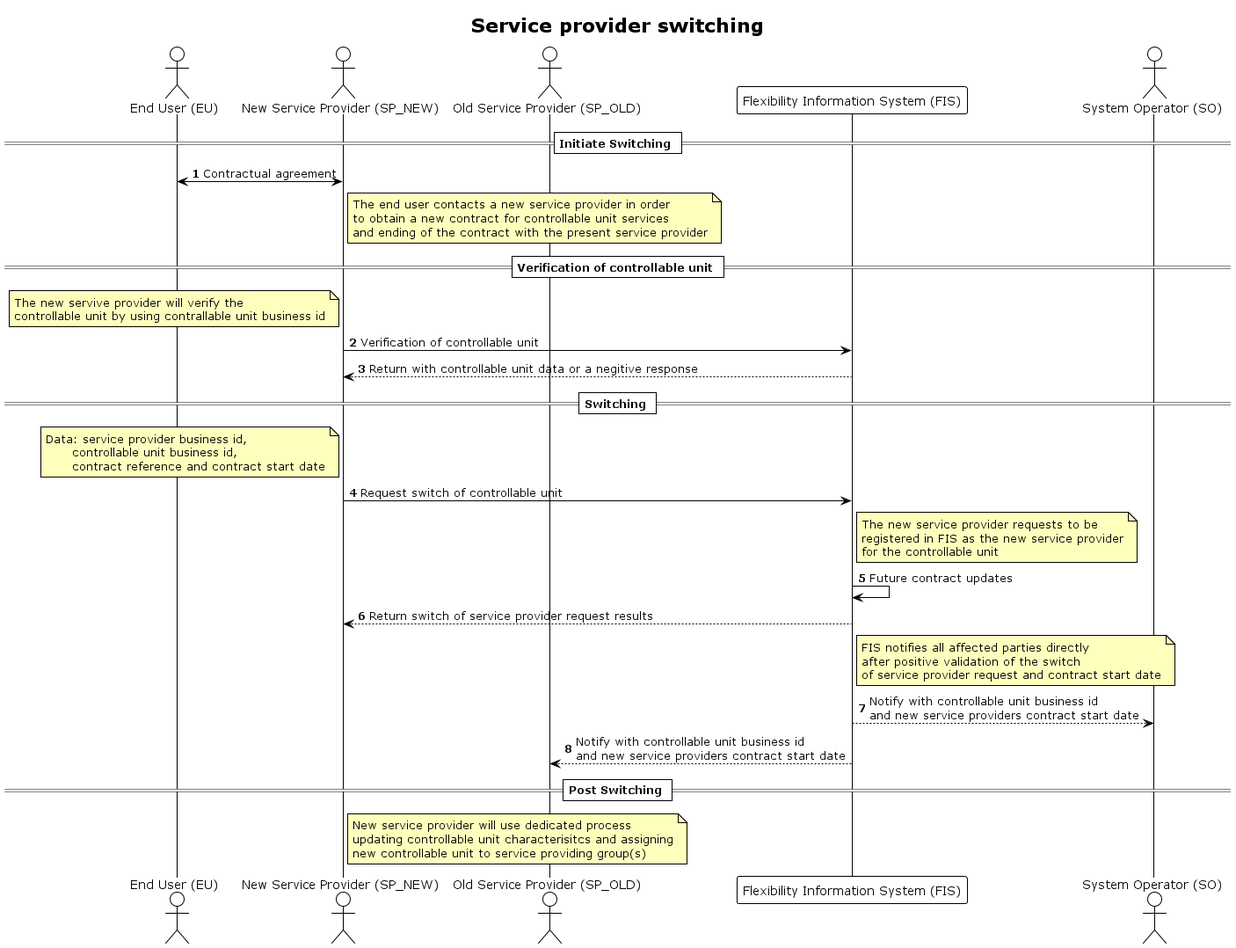
This is docs/diagrams/service_provider_switching.png from elhub/flex-information-system, a PlantUML export, as it was before one commit.
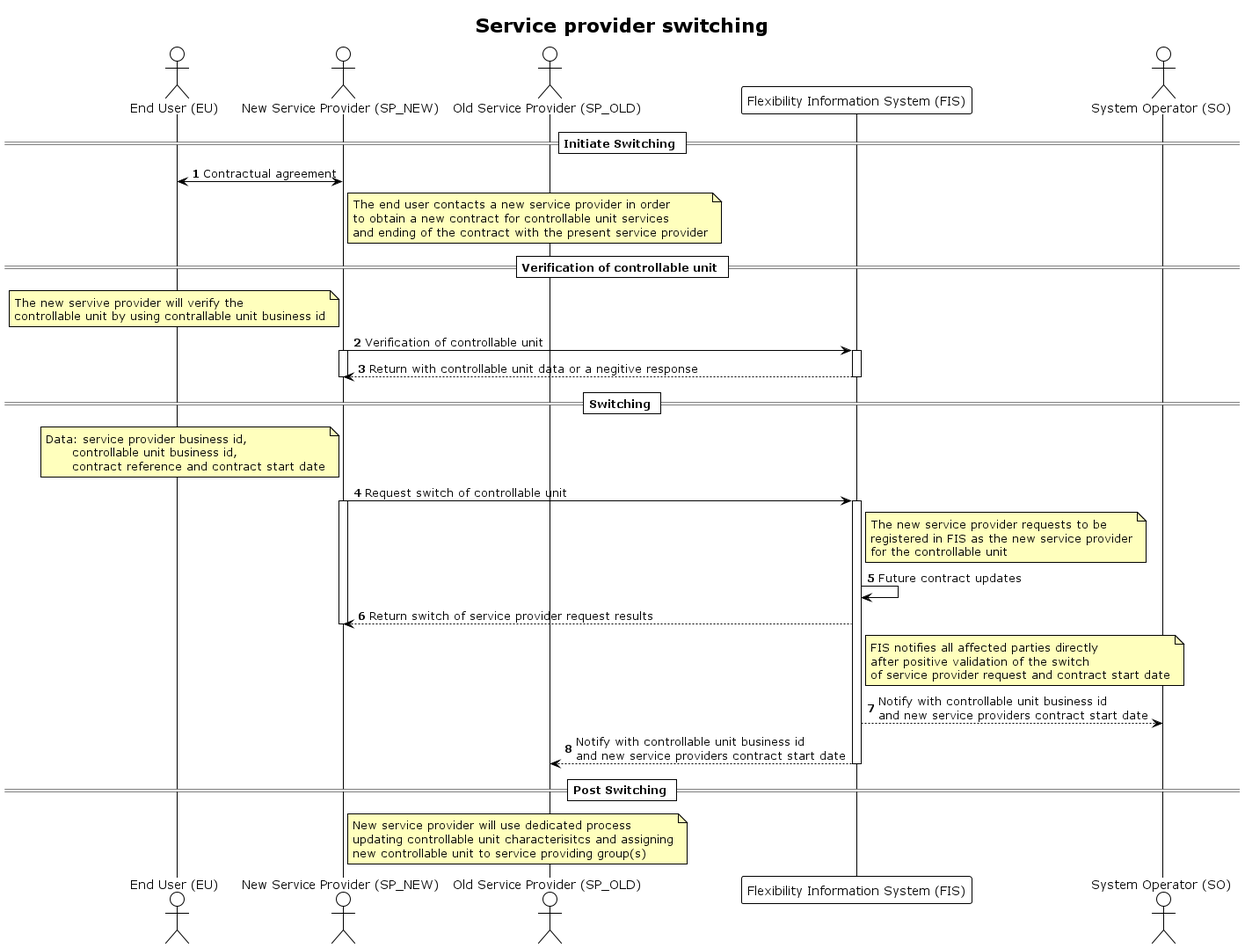
Above is the later version.

Commit message:
FLEX-281, updated thick lines.

The edit, as a diff of the source:
```diff
@@ -16,7 +16,6 @@
 
 == Initiate Switching ==
 
-
 EU <-> SP_NEW: Contractual agreement
 Note right SP_NEW
     The end user contacts a new service provider in order
@@ -31,8 +30,11 @@
 end note
 
 SP_NEW -> FIS: Verification of controllable unit
+Activate SP_NEW
+Activate FIS
 FIS --> SP_NEW: Return with controllable unit data or a negitive response
-
+deactivate SP_NEW
+deactivate FIS
 == Switching ==
 
 Note left SP_NEW
@@ -40,7 +42,10 @@
           controllable unit business id,
           contract reference and contract start date
 end note
+
 SP_NEW -> FIS: Request switch of controllable unit
+Activate SP_NEW
+Activate FIS
 Note right FIS
     The new service provider requests to be
     registered in FIS as the new service provider
@@ -49,6 +54,7 @@
 
 FIS -> FIS: Future contract updates
 FIS --> SP_NEW: Return switch of service provider request results
+deactivate SP_NEW
 Note right FIS
     FIS notifies all affected parties directly
     after positive validation of the switch
@@ -57,7 +63,7 @@
 
 FIS --> SO: Notify with controllable unit business id \nand new service providers contract start date
 FIS --> SP_OLD: Notify with controllable unit business id \nand new service providers contract start date
-
+deactivate FIS
 
 == Post Switching ==
 Note right SP_NEW
```
